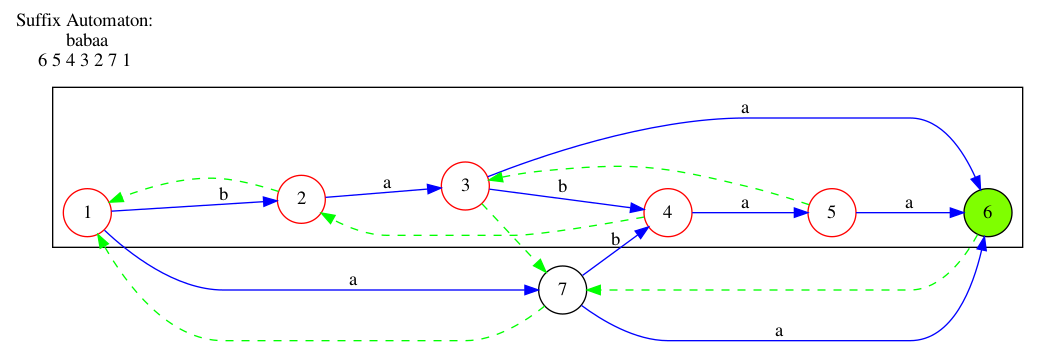
The Graphviz diagram others/test.png in LJFYC007/pan, before a commit. Its source is kept beside it as others/test.dot.
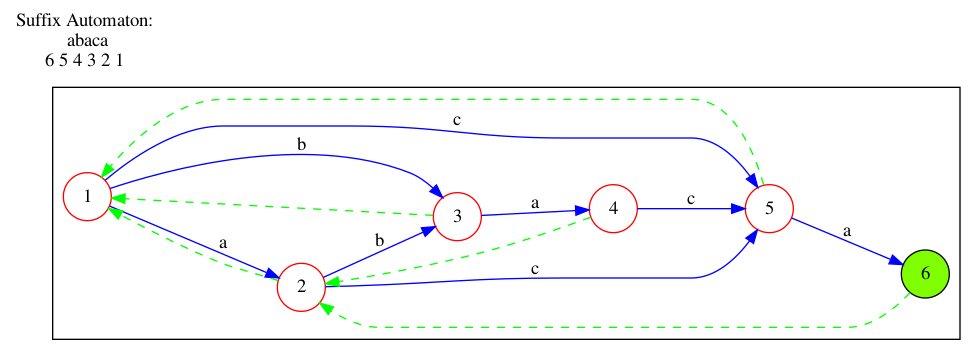
The same file after the commit.

The edit, as a diff of the source:
```diff
@@ -4,22 +4,20 @@
       1,2,3,4,5,6;
     }
     rankdir=LR;
-    1->7[color=blue,label="a";];
-    1->2[color=blue,label="b";];
-    2->3[color=blue,label="a";];
-    3->6[color=blue,label="a";];
-    3->4[color=blue,label="b";];
-    4->5[color=blue,label="a";];
+    1->2[color=blue,label="a";];
+    1->3[color=blue,label="b";];
+    1->5[color=blue,label="c";];
+    2->3[color=blue,label="b";];
+    2->5[color=blue,label="c";];
+    3->4[color=blue,label="a";];
+    4->5[color=blue,label="c";];
     5->6[color=blue,label="a";];
-    7->6[color=blue,label="a";];
-    7->4[color=blue,label="b";];
     2->1[color=green,style=dashed];
-    3->7[color=green,style=dashed];
+    3->1[color=green,style=dashed];
     4->2[color=green,style=dashed];
-    5->3[color=green,style=dashed];
-    6->7[color=green,style=dashed];
-    7->1[color=green,style=dashed];
+    5->1[color=green,style=dashed];
+    6->2[color=green,style=dashed];
     1,2,3,4,5[color=red];
     6[style="filled",fillcolor="chartreuse"];
-    "Suffix Automaton: \nbabaa\n6 5 4 3 2 7 1 "[shape=plaintext];
+    "Suffix Automaton: \nabaca\n6 5 4 3 2 1 "[shape=plaintext];
 }
```
